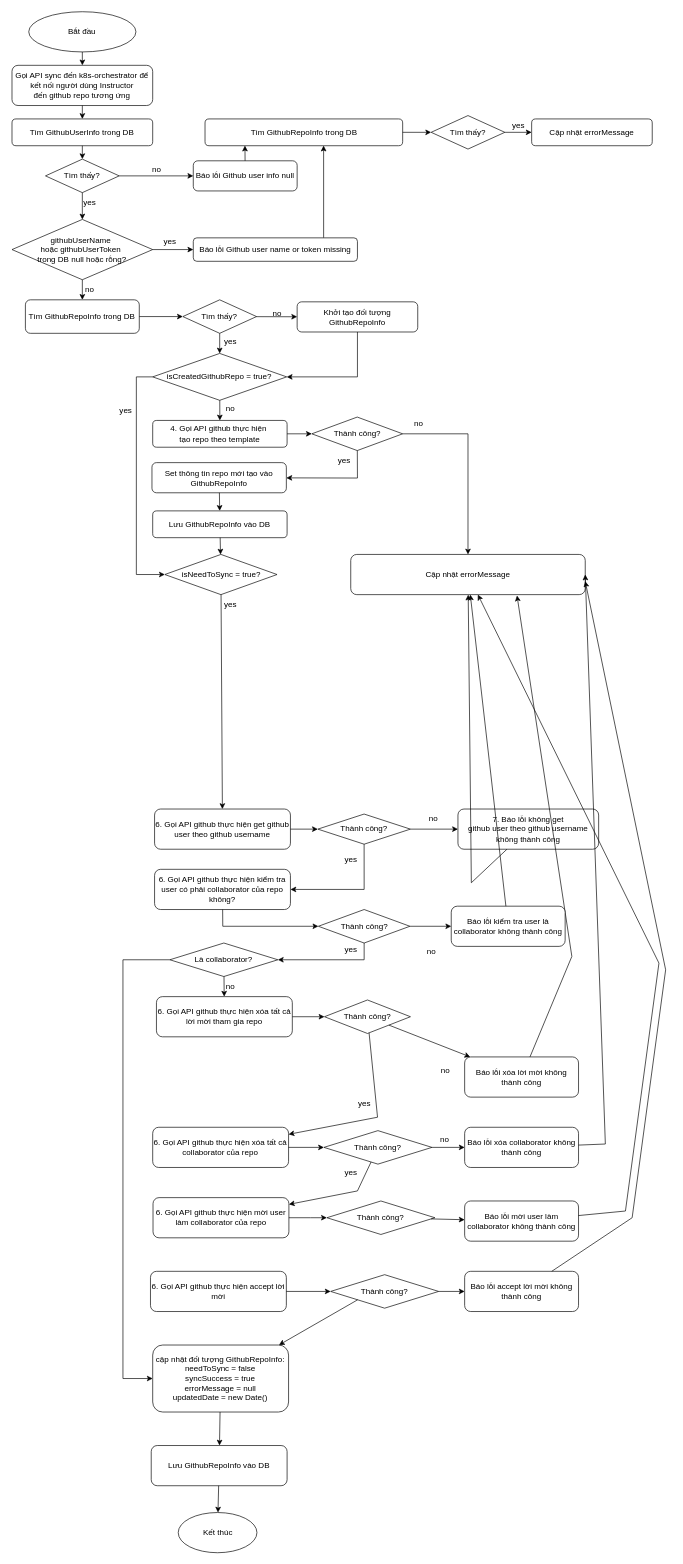
hiep1097/drawio keeps this draw.io diagram as page "connect github repo" (6 of 7) of K8SCloudNut.drawio. Above is the earlier version. Source tidied: cells renumbered, new cells numbered last; positions are measured from the earlier drawing's top-left corner, leaving out a move shared by most shapes. Both pictures are drawn from the tidied source at 67%, with x=0, y=0 at pixel (11, 11).
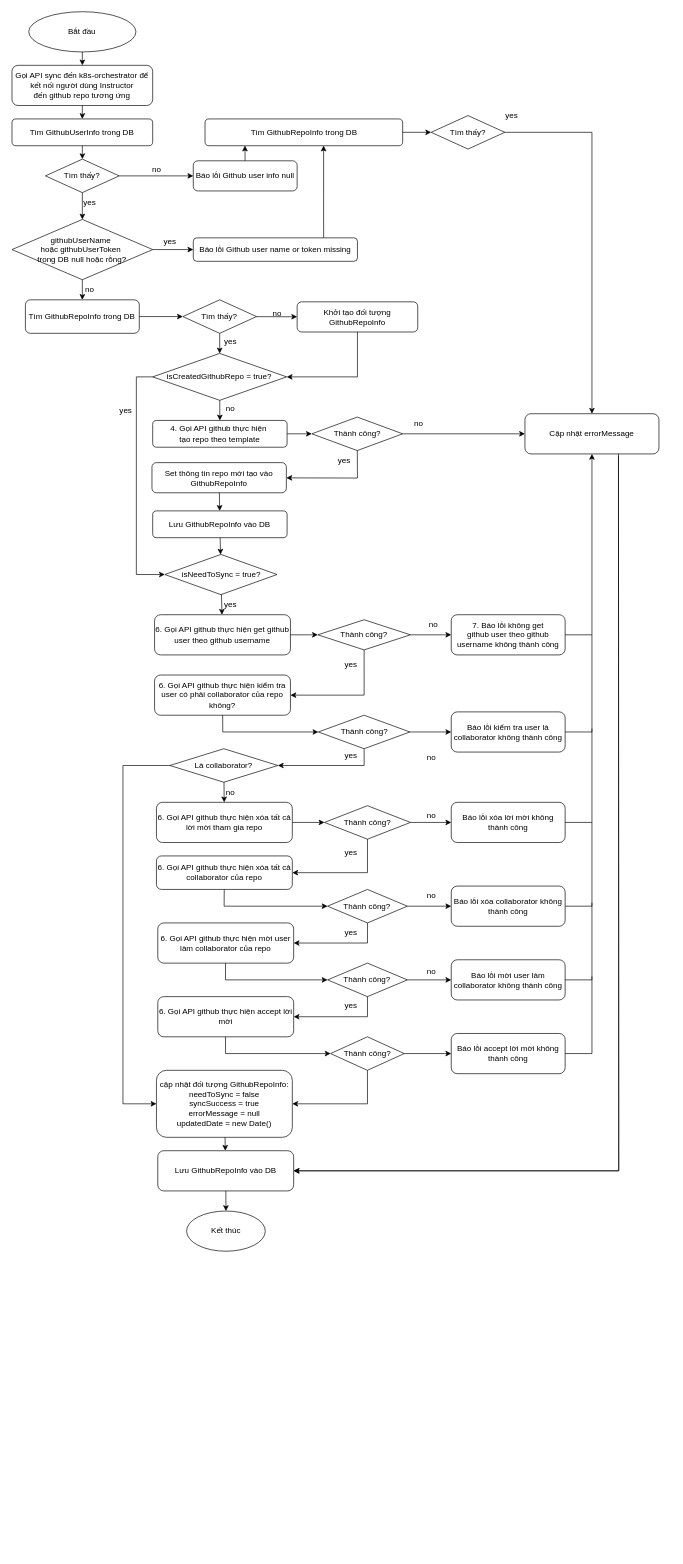
The same diagram, later.

Commit message (it also covers changes not shown here):
Cập nhật K8SCloudNut.drawio

The change refers to these unchanged cells:
```xml
<mxCell id="9" value="Tìm thấy?" style="rhombus;whiteSpace=wrap;html=1;" parent="1" vertex="1">
  <mxGeometry x="626" y="155" width="110" height="50" as="geometry" />
</mxCell>
<mxCell id="106" value="Thành công?" style="rhombus;whiteSpace=wrap;html=1;" parent="1" vertex="1">
  <mxGeometry x="447.9" y="605" width="135.6" height="50" as="geometry" />
</mxCell>
```

Change to the diagram source:
```diff
@@
-    <mxCell id="16" value="Cập nhật errorMessage" style="rounded=1;whiteSpace=wrap;html=1;" parent="1" vertex="1">
-      <mxGeometry x="776" y="160" width="180" height="40" as="geometry" />
-    </mxCell>
-    <mxCell id="17" style="endArrow=classic;html=1;rounded=0;" parent="1" edge="1" source="9" target="16">
-      <mxGeometry relative="1" as="geometry" />
+    <mxCell id="17" style="endArrow=classic;html=1;rounded=0;" parent="1" edge="1" source="9" target="43">
+      <mxGeometry relative="1" as="geometry">
+        <Array as="points">
+          <mxPoint x="866" y="180" />
+        </Array>
+      </mxGeometry>
     </mxCell>
     <mxCell id="18" value="yes" style="text;html=1;align=center;verticalAlign=middle;strokeColor=none;fillColor=none;" parent="1" vertex="1">
-      <mxGeometry x="736" y="155" width="40" height="30" as="geometry" />
+      <mxGeometry x="726" y="140" width="40" height="30" as="geometry" />
     </mxCell>
@@
     <mxCell id="42" style="endArrow=classic;html=1;rounded=0;" parent="1" edge="1" source="106" target="43">
-      <mxGeometry relative="1" as="geometry">
-        <Array as="points">
-          <mxPoint x="681" y="630" />
-        </Array>
-      </mxGeometry>
+      <mxGeometry relative="1" as="geometry" />
     </mxCell>
     <mxCell id="43" value="Cập nhật errorMessage" style="rounded=1;whiteSpace=wrap;html=1;" parent="1" vertex="1">
-      <mxGeometry x="506" y="810" width="350" height="60" as="geometry" />
+      <mxGeometry x="766" y="600" width="200" height="60" as="geometry" />
     </mxCell>
@@
     <mxCell id="48" value="6. Gọi API github thực hiện get github user theo github username" style="rounded=1;whiteSpace=wrap;html=1;" parent="1" vertex="1">
-      <mxGeometry x="213.2" y="1190" width="202.8" height="60" as="geometry" />
+      <mxGeometry x="213.2" y="900" width="202.8" height="60" as="geometry" />
     </mxCell>
     <mxCell id="49" value="Thành công?" style="rhombus;whiteSpace=wrap;html=1;" parent="1" vertex="1">
-      <mxGeometry x="456.9" y="1197.5" width="138.1" height="45" as="geometry" />
+      <mxGeometry x="456.9" y="907.5" width="138.1" height="45" as="geometry" />
     </mxCell>
@@
     <mxCell id="52" value="7. Báo lỗi không get&lt;div&gt;github user theo github username không thành công&lt;/div&gt;" style="rounded=1;whiteSpace=wrap;html=1;" parent="1" vertex="1">
-      <mxGeometry x="666" y="1190" width="210" height="60" as="geometry" />
+      <mxGeometry x="656" y="900" width="170" height="60" as="geometry" />
     </mxCell>
@@
     <mxCell id="54" value="no" style="text;html=1;align=center;verticalAlign=middle;strokeColor=none;fillColor=none;" parent="1" vertex="1">
-      <mxGeometry x="609.1" y="1190" width="40" height="30" as="geometry" />
+      <mxGeometry x="609.1" y="900" width="40" height="30" as="geometry" />
     </mxCell>
@@
-    <mxCell id="56" style="endArrow=classic;html=1;rounded=0;" parent="1" edge="1" source="52" target="43">
-      <mxGeometry relative="1" as="geometry">
-        <Array as="points">
-          <mxPoint x="686" y="1300" />
-        </Array>
-      </mxGeometry>
-    </mxCell>
     <mxCell id="57" value="6. Gọi API github thực hiện kiểm tra user có phải collaborator của repo không?" style="rounded=1;whiteSpace=wrap;html=1;" parent="1" vertex="1">
-      <mxGeometry x="213.2" y="1280" width="202.8" height="60" as="geometry" />
+      <mxGeometry x="213.2" y="990" width="202.8" height="60" as="geometry" />
     </mxCell>
     <mxCell id="58" value="Là collaborator?" style="rhombus;whiteSpace=wrap;html=1;" parent="1" vertex="1">
-      <mxGeometry x="236" y="1390" width="161.2" height="50" as="geometry" />
+      <mxGeometry x="236" y="1100" width="161.2" height="50" as="geometry" />
     </mxCell>
     <mxCell id="59" style="endArrow=classic;html=1;rounded=0;" parent="1" edge="1" source="49" target="57">
       <mxGeometry relative="1" as="geometry">
         <Array as="points">
-          <mxPoint x="526" y="1310" />
+          <mxPoint x="526" y="1020" />
         </Array>
       </mxGeometry>
     </mxCell>
     <mxCell id="60" style="endArrow=classic;html=1;rounded=0;" parent="1" edge="1" source="93" target="58">
       <mxGeometry relative="1" as="geometry">
         <Array as="points">
-          <mxPoint x="526" y="1415" />
+          <mxPoint x="526" y="1125" />
         </Array>
       </mxGeometry>
     </mxCell>
     <mxCell id="61" value="6. Gọi API github thực hiện xóa tất cả lời mời tham gia repo" style="rounded=1;whiteSpace=wrap;html=1;" parent="1" vertex="1">
-      <mxGeometry x="216" y="1470" width="202.8" height="60" as="geometry" />
+      <mxGeometry x="216" y="1180" width="202.8" height="60" as="geometry" />
     </mxCell>
     <mxCell id="62" value="6. Gọi API github thực hiện xóa tất cả collaborator của repo" style="rounded=1;whiteSpace=wrap;html=1;" parent="1" vertex="1">
-      <mxGeometry x="210.4" y="1665" width="202.8" height="60" as="geometry" />
+      <mxGeometry x="216" y="1260" width="202.8" height="50" as="geometry" />
     </mxCell>
@@
     <mxCell id="64" value="no" style="text;html=1;align=center;verticalAlign=middle;strokeColor=none;fillColor=none;" parent="1" vertex="1">
-      <mxGeometry x="306" y="1440" width="40" height="30" as="geometry" />
+      <mxGeometry x="306" y="1150" width="40" height="30" as="geometry" />
     </mxCell>
     <mxCell id="65" value="Thành công?" style="rhombus;whiteSpace=wrap;html=1;" parent="1" vertex="1">
-      <mxGeometry x="466.8" y="1475" width="128.3" height="50" as="geometry" />
+      <mxGeometry x="466.8" y="1185" width="128.3" height="50" as="geometry" />
     </mxCell>
     <mxCell id="66" value="Báo lỗi xóa lời mời không thành công" style="rounded=1;whiteSpace=wrap;html=1;" parent="1" vertex="1">
-      <mxGeometry x="676" y="1560" width="170" height="60" as="geometry" />
+      <mxGeometry x="656" y="1180" width="170" height="60" as="geometry" />
     </mxCell>
     <mxCell id="67" value="Báo lỗi xóa collaborator không thành công" style="rounded=1;whiteSpace=wrap;html=1;" parent="1" vertex="1">
-      <mxGeometry x="676" y="1665" width="170" height="60" as="geometry" />
+      <mxGeometry x="656" y="1305" width="170" height="60" as="geometry" />
     </mxCell>
     <mxCell id="68" value="Thành công?" style="rhombus;whiteSpace=wrap;html=1;" parent="1" vertex="1">
-      <mxGeometry x="466" y="1670" width="161.2" height="50" as="geometry" />
+      <mxGeometry x="471.4" y="1310" width="119.1" height="50" as="geometry" />
     </mxCell>
@@
     <mxCell id="70" style="endArrow=classic;html=1;rounded=0;" parent="1" edge="1" source="62" target="68">
-      <mxGeometry relative="1" as="geometry" />
+      <mxGeometry relative="1" as="geometry">
+        <Array as="points">
+          <mxPoint x="317" y="1335" />
+        </Array>
+      </mxGeometry>
     </mxCell>
@@
-    <mxCell id="73" style="endArrow=classic;html=1;rounded=0;entryX=0.709;entryY=1.022;entryDx=0;entryDy=0;entryPerimeter=0;" parent="1" edge="1" source="66" target="43">
-      <mxGeometry relative="1" as="geometry">
-        <Array as="points">
-          <mxPoint x="836" y="1410" />
-        </Array>
-      </mxGeometry>
-    </mxCell>
-    <mxCell id="74" style="endArrow=classic;html=1;rounded=0;entryX=1;entryY=0.5;entryDx=0;entryDy=0;" parent="1" edge="1" source="67" target="43">
-      <mxGeometry relative="1" as="geometry">
-        <Array as="points">
-          <mxPoint x="886" y="1690" />
-        </Array>
-      </mxGeometry>
-    </mxCell>
     <mxCell id="75" style="endArrow=classic;html=1;rounded=0;" parent="1" edge="1" source="65" target="62">
       <mxGeometry relative="1" as="geometry">
         <Array as="points">
-          <mxPoint x="546" y="1650" />
+          <mxPoint x="531" y="1285" />
         </Array>
       </mxGeometry>
     </mxCell>
     <mxCell id="76" value="no" style="text;html=1;align=center;verticalAlign=middle;strokeColor=none;fillColor=none;" parent="1" vertex="1">
-      <mxGeometry x="627.2" y="1565" width="40" height="30" as="geometry" />
+      <mxGeometry x="606" y="1185" width="40" height="30" as="geometry" />
     </mxCell>
     <mxCell id="77" value="yes" style="text;html=1;align=center;verticalAlign=middle;strokeColor=none;fillColor=none;" parent="1" vertex="1">
-      <mxGeometry x="506" y="1615" width="40" height="30" as="geometry" />
+      <mxGeometry x="486" y="1240" width="40" height="30" as="geometry" />
     </mxCell>
     <mxCell id="78" value="no" style="text;html=1;align=center;verticalAlign=middle;strokeColor=none;fillColor=none;" parent="1" vertex="1">
-      <mxGeometry x="626" y="1668" width="40" height="30" as="geometry" />
+      <mxGeometry x="606" y="1305" width="40" height="30" as="geometry" />
     </mxCell>
     <mxCell id="79" value="6. Gọi API github thực hiện mời user làm collaborator của repo" style="rounded=1;whiteSpace=wrap;html=1;" parent="1" vertex="1">
-      <mxGeometry x="210.9" y="1770" width="202.8" height="60" as="geometry" />
+      <mxGeometry x="218" y="1360" width="202.8" height="60" as="geometry" />
     </mxCell>
     <mxCell id="80" style="endArrow=classic;html=1;rounded=0;" parent="1" edge="1" source="68" target="79">
       <mxGeometry relative="1" as="geometry">
         <Array as="points">
-          <mxPoint x="516" y="1760" />
+          <mxPoint x="531" y="1390" />
         </Array>
       </mxGeometry>
     </mxCell>
     <mxCell id="81" value="Thành công?" style="rhombus;whiteSpace=wrap;html=1;" parent="1" vertex="1">
-      <mxGeometry x="470.4" y="1775" width="161.2" height="50" as="geometry" />
+      <mxGeometry x="471.4" y="1420" width="119.1" height="50" as="geometry" />
     </mxCell>
     <mxCell id="82" style="endArrow=classic;html=1;rounded=0;" parent="1" edge="1" source="79" target="81">
       <mxGeometry relative="1" as="geometry">
         <Array as="points">
-          <mxPoint x="446" y="1800" />
+          <mxPoint x="319" y="1445" />
         </Array>
       </mxGeometry>
     </mxCell>
     <mxCell id="83" value="yes" style="text;html=1;align=center;verticalAlign=middle;strokeColor=none;fillColor=none;" parent="1" vertex="1">
-      <mxGeometry x="486" y="1718" width="40" height="30" as="geometry" />
+      <mxGeometry x="486" y="1360" width="40" height="30" as="geometry" />
     </mxCell>
     <mxCell id="84" value="Báo lỗi mời user làm collaborator không thành công" style="rounded=1;whiteSpace=wrap;html=1;" parent="1" vertex="1">
-      <mxGeometry x="676" y="1775" width="170" height="60" as="geometry" />
+      <mxGeometry x="656" y="1415" width="170" height="60" as="geometry" />
     </mxCell>
     <mxCell id="85" value="6. Gọi API github thực hiện accept lời mời" style="rounded=1;whiteSpace=wrap;html=1;" parent="1" vertex="1">
-      <mxGeometry x="207.1" y="1880" width="202.8" height="60" as="geometry" />
+      <mxGeometry x="218" y="1470" width="202.8" height="60" as="geometry" />
     </mxCell>
     <mxCell id="86" value="Thành công?" style="rhombus;whiteSpace=wrap;html=1;" parent="1" vertex="1">
-      <mxGeometry x="476" y="1885" width="161.2" height="50" as="geometry" />
+      <mxGeometry x="475.9" y="1530" width="110" height="50" as="geometry" />
     </mxCell>
     <mxCell id="87" style="endArrow=classic;html=1;rounded=0;" parent="1" edge="1" source="85" target="86">
-      <mxGeometry relative="1" as="geometry" />
+      <mxGeometry relative="1" as="geometry">
+        <Array as="points">
+          <mxPoint x="319" y="1555" />
+        </Array>
+      </mxGeometry>
     </mxCell>
     <mxCell id="88" value="Báo lỗi accept lời mời không thành công" style="rounded=1;whiteSpace=wrap;html=1;" parent="1" vertex="1">
-      <mxGeometry x="676" y="1880" width="170" height="60" as="geometry" />
+      <mxGeometry x="656" y="1525" width="170" height="60" as="geometry" />
     </mxCell>
@@
-    <mxCell id="91" style="endArrow=classic;html=1;rounded=0;" parent="1" edge="1" source="84" target="43">
-      <mxGeometry relative="1" as="geometry">
-        <Array as="points">
-          <mxPoint x="916" y="1790" />
-          <mxPoint x="966" y="1420" />
-        </Array>
-      </mxGeometry>
-    </mxCell>
-    <mxCell id="92" style="endArrow=classic;html=1;rounded=0;" parent="1" edge="1" source="88" target="43">
-      <mxGeometry relative="1" as="geometry">
-        <Array as="points">
-          <mxPoint x="926" y="1800" />
-          <mxPoint x="976" y="1430" />
-          <mxPoint x="856" y="850" />
-        </Array>
-      </mxGeometry>
-    </mxCell>
     <mxCell id="93" value="Thành công?" style="rhombus;whiteSpace=wrap;html=1;" parent="1" vertex="1">
-      <mxGeometry x="457.7" y="1340" width="136.6" height="50" as="geometry" />
+      <mxGeometry x="457.7" y="1050" width="136.6" height="50" as="geometry" />
     </mxCell>
     <mxCell id="94" style="endArrow=classic;html=1;rounded=0;" parent="1" edge="1" source="57" target="93">
       <mxGeometry relative="1" as="geometry">
         <Array as="points">
-          <mxPoint x="315" y="1365" />
+          <mxPoint x="315" y="1075" />
         </Array>
       </mxGeometry>
     </mxCell>
     <mxCell id="95" value="Báo lỗi kiểm tra user là collaborator không thành công" style="rounded=1;whiteSpace=wrap;html=1;" parent="1" vertex="1">
-      <mxGeometry x="656" y="1335" width="170" height="60" as="geometry" />
+      <mxGeometry x="656" y="1045" width="170" height="60" as="geometry" />
     </mxCell>
@@
-    <mxCell id="97" style="endArrow=classic;html=1;rounded=0;" parent="1" edge="1" source="95" target="43">
-      <mxGeometry relative="1" as="geometry" />
-    </mxCell>
     <mxCell id="98" value="yes" style="text;html=1;align=center;verticalAlign=middle;strokeColor=none;fillColor=none;" parent="1" vertex="1">
-      <mxGeometry x="486" y="1385" width="40" height="30" as="geometry" />
+      <mxGeometry x="486" y="1095" width="40" height="30" as="geometry" />
     </mxCell>
     <mxCell id="99" value="no" style="text;html=1;align=center;verticalAlign=middle;strokeColor=none;fillColor=none;" parent="1" vertex="1">
-      <mxGeometry x="606" y="1388" width="40" height="30" as="geometry" />
+      <mxGeometry x="606" y="1098" width="40" height="30" as="geometry" />
     </mxCell>
     <mxCell id="100" value="cập nhật đối tượng GithubRepoInfo:&lt;div&gt;needToSync = false&lt;/div&gt;&lt;div&gt;syncSuccess = true&lt;/div&gt;&lt;div&gt;errorMessage = null&lt;/div&gt;&lt;div&gt;updatedDate = new Date()&lt;/div&gt;" style="rounded=1;whiteSpace=wrap;html=1;" parent="1" vertex="1">
-      <mxGeometry x="210.4" y="1990" width="202.8" height="100" as="geometry" />
+      <mxGeometry x="216" y="1580" width="202.8" height="100" as="geometry" />
     </mxCell>
     <mxCell id="101" value="Lưu GithubRepoInfo vào DB" style="rounded=1;whiteSpace=wrap;html=1;" parent="1" vertex="1">
-      <mxGeometry x="208.2" y="2140" width="202.8" height="60" as="geometry" />
+      <mxGeometry x="218" y="1700" width="202.8" height="60" as="geometry" />
     </mxCell>
     <mxCell id="102" value="Kết thúc" style="ellipse;whiteSpace=wrap;html=1;" parent="1" vertex="1">
-      <mxGeometry x="248.5" y="2240" width="117.5" height="60" as="geometry" />
+      <mxGeometry x="261" y="1790" width="117.5" height="60" as="geometry" />
     </mxCell>
-    <mxCell id="103" style="endArrow=classic;html=1;rounded=0;exitX=0;exitY=1;exitDx=0;exitDy=0;" parent="1" edge="1" source="86" target="100">
-      <mxGeometry relative="1" as="geometry" />
+    <mxCell id="103" style="endArrow=classic;html=1;rounded=0;" parent="1" edge="1" source="86" target="100">
+      <mxGeometry relative="1" as="geometry">
+        <Array as="points">
+          <mxPoint x="531" y="1630" />
+        </Array>
+      </mxGeometry>
     </mxCell>
@@
     <mxCell id="113" value="yes" style="text;html=1;align=center;verticalAlign=middle;strokeColor=none;fillColor=none;" parent="1" vertex="1">
-      <mxGeometry x="486" y="1250" width="40" height="30" as="geometry" />
+      <mxGeometry x="486" y="960" width="40" height="30" as="geometry" />
     </mxCell>
     <mxCell id="114" style="endArrow=classic;html=1;rounded=0;" parent="1" edge="1" source="58" target="100">
       <mxGeometry relative="1" as="geometry">
         <Array as="points">
-          <mxPoint x="166" y="1415" />
-          <mxPoint x="166" y="2040" />
+          <mxPoint x="166" y="1125" />
+          <mxPoint x="166" y="1630" />
         </Array>
       </mxGeometry>
     </mxCell>
+    <mxCell id="115" value="no" style="text;html=1;align=center;verticalAlign=middle;strokeColor=none;fillColor=none;" parent="1" vertex="1">
+      <mxGeometry x="606" y="1418" width="40" height="30" as="geometry" />
+    </mxCell>
+    <mxCell id="116" style="endArrow=classic;html=1;rounded=0;" parent="1" edge="1" source="81" target="85">
+      <mxGeometry relative="1" as="geometry">
+        <Array as="points">
+          <mxPoint x="531" y="1500" />
+        </Array>
+      </mxGeometry>
+    </mxCell>
+    <mxCell id="117" value="yes" style="text;html=1;align=center;verticalAlign=middle;strokeColor=none;fillColor=none;" parent="1" vertex="1">
+      <mxGeometry x="486" y="1468" width="40" height="30" as="geometry" />
+    </mxCell>
+    <mxCell id="56" style="endArrow=classic;html=1;rounded=0;" parent="1" edge="1" source="52" target="43">
+      <mxGeometry relative="1" as="geometry">
+        <Array as="points">
+          <mxPoint x="866" y="930" />
+        </Array>
+      </mxGeometry>
+    </mxCell>
+    <mxCell id="118" style="endArrow=none;html=1;rounded=0;" parent="1" edge="1" source="95">
+      <mxGeometry relative="1" as="geometry">
+        <mxPoint x="866" y="930" as="targetPoint" />
+        <Array as="points">
+          <mxPoint x="866" y="1075" />
+        </Array>
+      </mxGeometry>
+    </mxCell>
+    <mxCell id="119" style="endArrow=none;html=1;rounded=0;" parent="1" edge="1" source="66">
+      <mxGeometry relative="1" as="geometry">
+        <mxPoint x="866" y="1070" as="targetPoint" />
+        <Array as="points">
+          <mxPoint x="866" y="1210" />
+        </Array>
+      </mxGeometry>
+    </mxCell>
+    <mxCell id="120" style="endArrow=none;html=1;rounded=0;" parent="1" edge="1" source="67">
+      <mxGeometry relative="1" as="geometry">
+        <mxPoint x="866" y="1210" as="targetPoint" />
+        <Array as="points">
+          <mxPoint x="866" y="1335" />
+        </Array>
+      </mxGeometry>
+    </mxCell>
+    <mxCell id="121" style="endArrow=none;html=1;rounded=0;" parent="1" edge="1" source="84">
+      <mxGeometry relative="1" as="geometry">
+        <mxPoint x="866" y="1330" as="targetPoint" />
+        <Array as="points">
+          <mxPoint x="866" y="1445" />
+        </Array>
+      </mxGeometry>
+    </mxCell>
+    <mxCell id="122" style="endArrow=none;html=1;rounded=0;" parent="1" edge="1" source="88">
+      <mxGeometry relative="1" as="geometry">
+        <mxPoint x="866" y="1440" as="targetPoint" />
+        <Array as="points">
+          <mxPoint x="866" y="1555" />
+        </Array>
+      </mxGeometry>
+    </mxCell>
+    <mxCell id="123" style="endArrow=classic;html=1;rounded=0;exitX=0.698;exitY=1.044;exitDx=0;exitDy=0;exitPerimeter=0;" parent="1" edge="1" source="43" target="101">
+      <mxGeometry relative="1" as="geometry">
+        <Array as="points">
+          <mxPoint x="906" y="1730" />
+        </Array>
+      </mxGeometry>
+    </mxCell>
+    <mxCell id="124" style="endArrow=classic;html=1;rounded=0;exitX=0.698;exitY=0.996;exitDx=0;exitDy=0;exitPerimeter=0;" parent="1" edge="1" source="43" target="101">
+      <mxGeometry relative="1" as="geometry">
+        <Array as="points">
+          <mxPoint x="906" y="1730" />
+        </Array>
+      </mxGeometry>
+    </mxCell>
```
